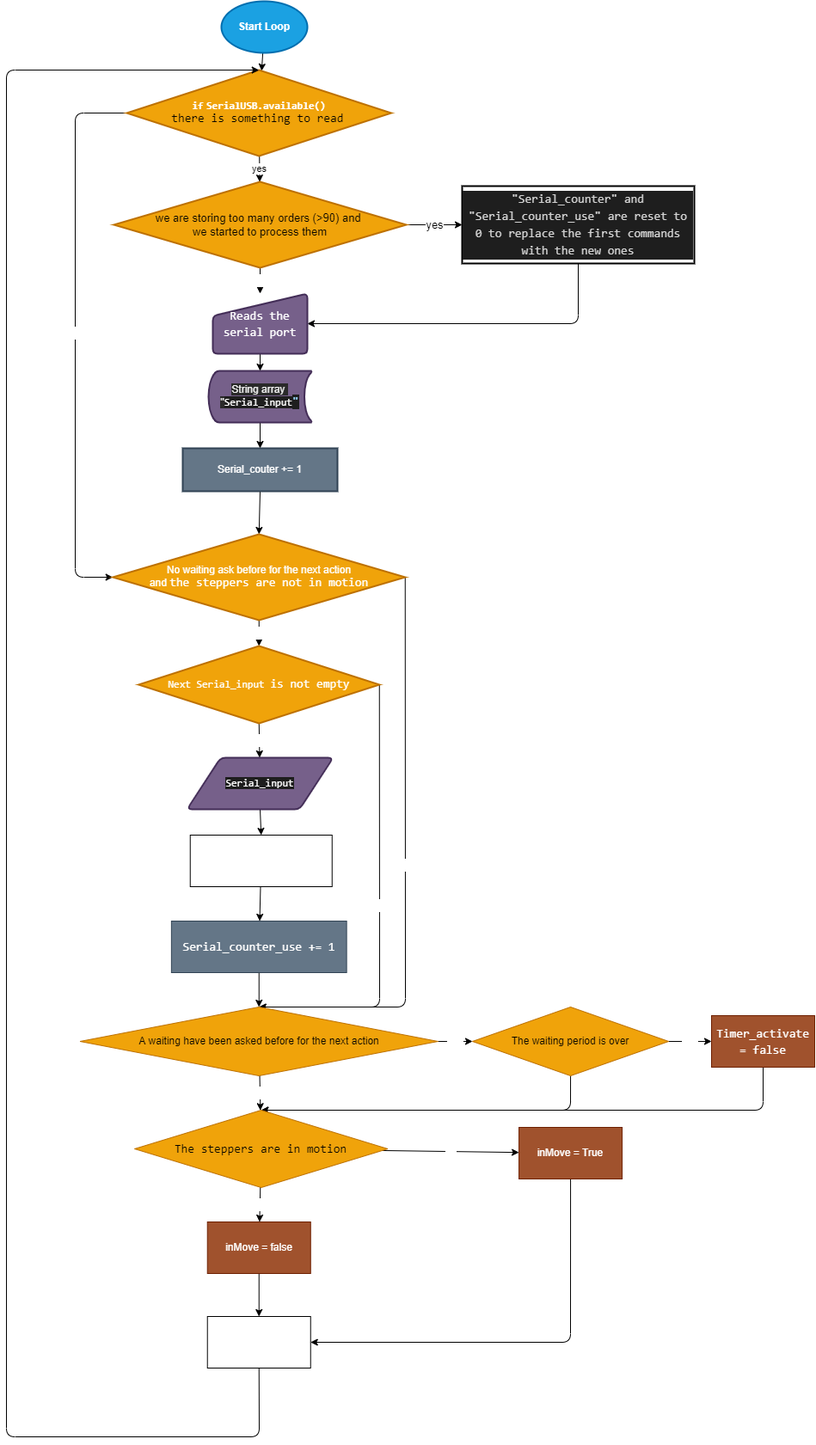
Thibault-GILLARD/Blue_Robot_2022 keeps this draw.io diagram as Flow charts/main_loop.png. Above is the earlier version. Source tidied: cells renumbered, new cells last; positions are measured from the earlier drawing's top-left corner, leaving out a move shared by most shapes.
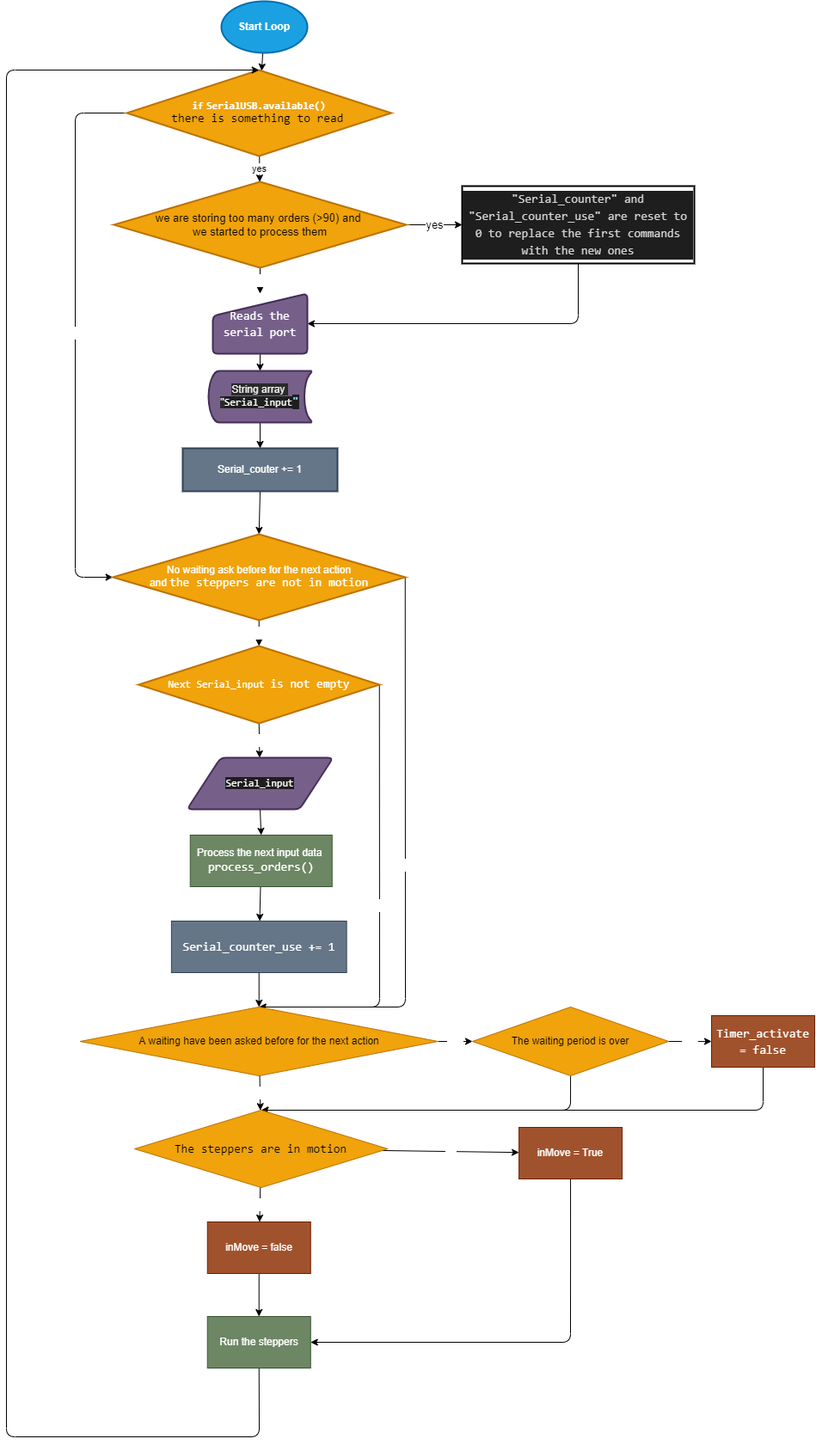
Later version of the same file.

What changed in the source:
```diff
@@ -97,7 +97,7 @@
     <mxCell id="27" style="edgeStyle=none;html=1;fontSize=12;fontColor=#FFFFFF;" parent="1" edge="1" source="28" target="30">
       <mxGeometry relative="1" as="geometry" />
     </mxCell>
-    <mxCell id="28" value="Process the next input data&amp;nbsp;&lt;br&gt;&lt;div style=&quot;font-family: &amp;#34;consolas&amp;#34; , &amp;#34;courier new&amp;#34; , monospace ; font-size: 14px ; line-height: 19px&quot;&gt;process_orders()&lt;/div&gt;" style="rounded=0;whiteSpace=wrap;html=1;shadow=0;labelBackgroundColor=none;fontSize=12;fontColor=#FFFFFF;strokeColor=default;" parent="1" vertex="1">
+    <mxCell id="28" value="Process the next input data&amp;nbsp;&lt;br&gt;&lt;div style=&quot;font-family: &amp;#34;consolas&amp;#34; , &amp;#34;courier new&amp;#34; , monospace ; font-size: 14px ; line-height: 19px&quot;&gt;process_orders()&lt;/div&gt;" style="rounded=0;whiteSpace=wrap;html=1;shadow=0;labelBackgroundColor=none;fontSize=12;fontColor=#ffffff;strokeColor=#3A5431;fillColor=#6d8764;" parent="1" vertex="1">
       <mxGeometry x="213.8" y="970" width="165" height="60" as="geometry" />
     </mxCell>
     <mxCell id="29" style="edgeStyle=none;html=1;fontSize=12;fontColor=#FFFFFF;" parent="1" edge="1" source="30" target="33">
@@ -172,7 +172,7 @@
         </Array>
       </mxGeometry>
     </mxCell>
-    <mxCell id="47" value="Run the steppers" style="whiteSpace=wrap;html=1;fontColor=#FFFFFF;rounded=0;shadow=0;labelBackgroundColor=none;" parent="1" vertex="1">
+    <mxCell id="47" value="Run the steppers" style="whiteSpace=wrap;html=1;fontColor=#ffffff;rounded=0;shadow=0;labelBackgroundColor=none;fillColor=#6d8764;strokeColor=#3A5431;" parent="1" vertex="1">
       <mxGeometry x="233.7" y="1530" width="120" height="60" as="geometry" />
     </mxCell>
   </root>
```
